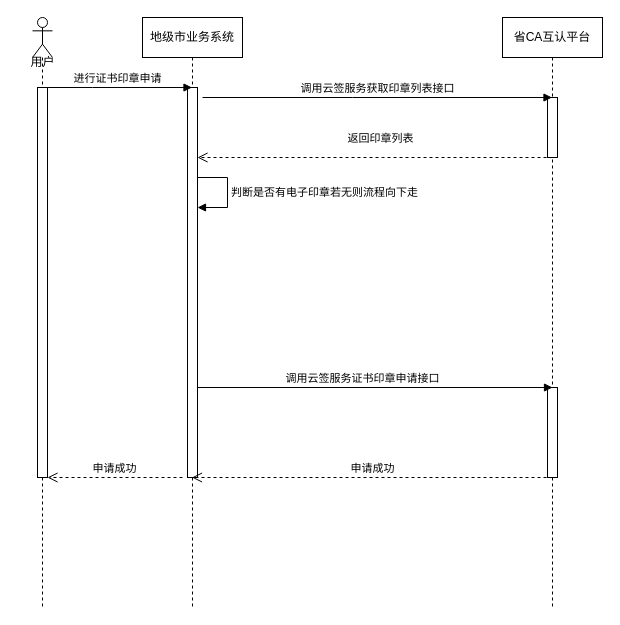
Before: CA互认平台-地级市跳转CA互认平台.drawio in ljhaust/studycode, a draw.io diagram. Source tidied: cells renumbered, new cells numbered last; positions are measured from the earlier drawing's top-left corner, leaving out a move shared by most shapes. Both pictures are drawn from the tidied source at 100%, with x=0, y=0 at pixel (17, 17).
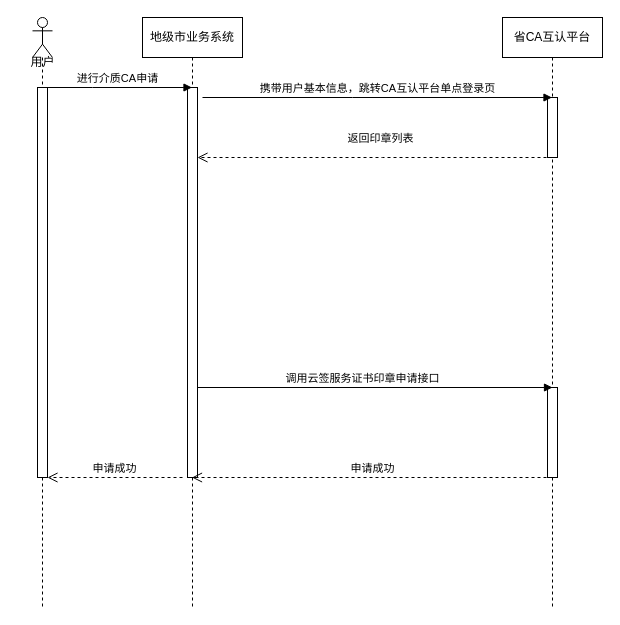
After the change.

Commit message (it also covers changes not shown here):
更新CA互认平台-地级市跳转CA互认平台.drawio

The change refers to these unchanged cells:
```xml
<mxCell id="2" value="地级市业务系统" style="shape=umlLifeline;perimeter=lifelinePerimeter;whiteSpace=wrap;html=1;outlineConnect=0;portConstraint=eastwest;newEdgeStyle={&quot;edgeStyle&quot;:&quot;elbowEdgeStyle&quot;,&quot;elbow&quot;:&quot;vertical&quot;,&quot;curved&quot;:0,&quot;rounded&quot;:0};" parent="1" vertex="1">
  <mxGeometry x="125" width="100" height="590" as="geometry" />
</mxCell>
<mxCell id="5" value="省CA互认平台" style="shape=umlLifeline;perimeter=lifelinePerimeter;whiteSpace=wrap;html=1;outlineConnect=0;portConstraint=eastwest;newEdgeStyle={&quot;edgeStyle&quot;:&quot;elbowEdgeStyle&quot;,&quot;elbow&quot;:&quot;vertical&quot;,&quot;curved&quot;:0,&quot;rounded&quot;:0};" parent="1" vertex="1">
  <mxGeometry x="485" width="100" height="590" as="geometry" />
</mxCell>
```

The edit, as a diff of the source:
```diff
@@
-    <mxCell id="4" value="判断是否有电子印章若无则流程向下走" style="html=1;align=left;spacingLeft=2;endArrow=block;rounded=0;edgeStyle=orthogonalEdgeStyle;curved=0;rounded=0;" parent="2" edge="1">
-      <mxGeometry relative="1" as="geometry">
-        <mxPoint x="55" y="160" as="sourcePoint" />
-        <mxPoint x="55" y="190" as="targetPoint" />
-        <Array as="points">
-          <mxPoint x="85" y="190" />
-        </Array>
-      </mxGeometry>
-    </mxCell>
@@
-    <mxCell id="10" value="进行证书印章申请" style="html=1;verticalAlign=bottom;endArrow=block;edgeStyle=elbowEdgeStyle;elbow=vertical;curved=0;rounded=0;" parent="1" edge="1" target="2">
+    <mxCell id="10" value="进行介质CA申请" style="html=1;verticalAlign=bottom;endArrow=block;edgeStyle=elbowEdgeStyle;elbow=vertical;curved=0;rounded=0;" parent="1" edge="1" target="2">
       <mxGeometry relative="1" as="geometry">
         <mxPoint x="25" y="70" as="sourcePoint" />
       </mxGeometry>
     </mxCell>
@@
-    <mxCell id="14" value="调用云签服务获取印章列表接口" style="html=1;verticalAlign=bottom;endArrow=block;edgeStyle=elbowEdgeStyle;elbow=vertical;curved=0;rounded=0;" parent="1" edge="1" target="5">
+    <mxCell id="14" value="携带用户基本信息，跳转CA互认平台单点登录页" style="html=1;verticalAlign=bottom;endArrow=block;edgeStyle=elbowEdgeStyle;elbow=vertical;curved=0;rounded=0;" parent="1" edge="1" target="5">
       <mxGeometry relative="1" as="geometry">
         <mxPoint x="185" y="80" as="sourcePoint" />
       </mxGeometry>
     </mxCell>
```
